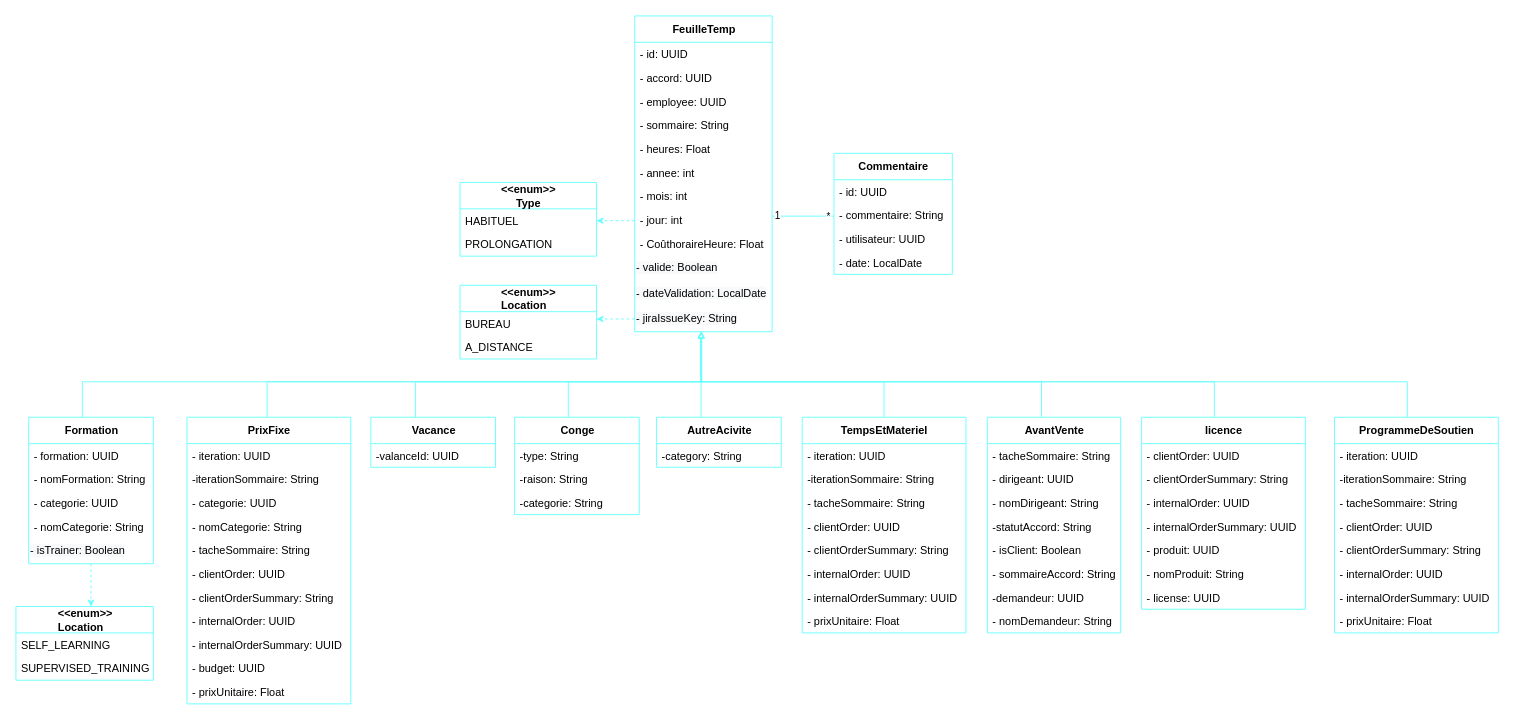
Earlier version of the draw.io diagram Timesheet/Timesheet_Fr_DiagrammeClasse.drawio (ZidiMedAmine/UML). Source tidied: cells renumbered, new cells numbered last; positions are measured from the earlier drawing's top-left corner, leaving out a move shared by most shapes. Both pictures are drawn from the tidied source at 91%, with x=0, y=0 at pixel (15, 15).
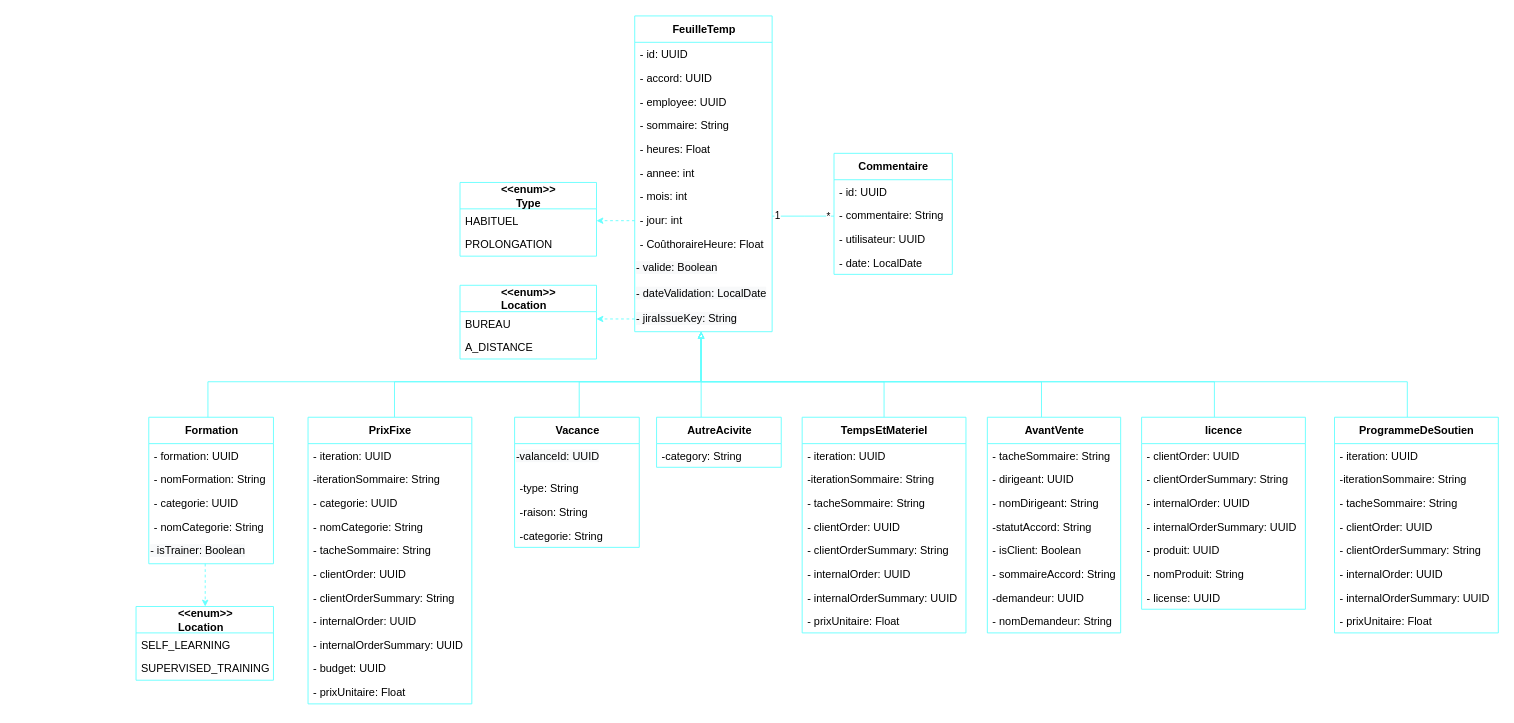
The same page after the edit.

Commit message:
Mettre à jour Timesheet_Fr_DiagrammeClasse.drawio

The change refers to these unchanged cells:
```xml
<mxCell id="3" value="&lt;b&gt;FeuilleTemp&lt;/b&gt;" style="swimlane;fontStyle=0;align=center;verticalAlign=middle;horizontal=1;startSize=29;html=1;fontSize=12;labelPosition=center;verticalLabelPosition=middle;swimlaneLine=1;rounded=0;shadow=0;glass=0;sketch=0;perimeterSpacing=0;strokeColor=#66FFFF;" parent="1" vertex="1">
  <mxGeometry x="680" width="151" height="347" as="geometry" />
</mxCell>
```

The edit, as a diff of the source:
```diff
@@
     <mxCell id="30" value="&lt;b&gt;Formation&lt;/b&gt;" style="swimlane;fontStyle=0;align=center;verticalAlign=middle;horizontal=1;startSize=29;html=1;fontSize=12;labelPosition=center;verticalLabelPosition=middle;swimlaneLine=1;rounded=0;shadow=0;glass=0;sketch=0;perimeterSpacing=0;strokeColor=#66FFFF;" parent="1" vertex="1">
-      <mxGeometry x="14" y="441" width="137" height="161" as="geometry" />
+      <mxGeometry x="146" y="441" width="137" height="161" as="geometry" />
     </mxCell>
@@
     <mxCell id="36" value="&lt;b&gt;&amp;lt;&amp;lt;enum&amp;gt;&amp;gt;&lt;/b&gt;&lt;br&gt;&lt;div style=&quot;text-align: left&quot;&gt;&lt;b&gt;Location&lt;/b&gt;&lt;br&gt;&lt;/div&gt;" style="swimlane;fontStyle=0;align=center;verticalAlign=middle;horizontal=1;startSize=29;html=1;fontSize=12;labelPosition=center;verticalLabelPosition=middle;swimlaneLine=1;rounded=0;sketch=0;glass=0;strokeColor=#66FFFF;" parent="1" vertex="1">
-      <mxGeometry y="649" width="151" height="81" as="geometry" />
+      <mxGeometry x="132" y="649" width="151" height="81" as="geometry" />
     </mxCell>
@@
     <mxCell id="39" style="edgeStyle=orthogonalEdgeStyle;rounded=0;jettySize=auto;html=1;startArrow=none;startFill=0;endArrow=classic;endFill=1;startSize=5;endSize=5;dashed=1;strokeColor=#66FFFF;" parent="1" edge="1" source="30" target="36">
       <mxGeometry relative="1" as="geometry">
         <Array as="points">
-          <mxPoint x="83" y="637" />
-          <mxPoint x="83" y="637" />
+          <mxPoint x="208" y="628" />
+          <mxPoint x="208" y="628" />
         </Array>
       </mxGeometry>
     </mxCell>
-    <mxCell id="40" style="edgeStyle=orthogonalEdgeStyle;rounded=0;orthogonalLoop=1;jettySize=auto;html=1;startArrow=none;startFill=0;endArrow=block;endFill=0;startSize=5;endSize=5;strokeColor=#66FFFF;" parent="1" edge="1">
+    <mxCell id="40" style="edgeStyle=orthogonalEdgeStyle;rounded=0;jettySize=auto;html=1;startArrow=none;startFill=0;endArrow=block;endFill=0;startSize=5;endSize=5;strokeColor=#66FFFF;" parent="1" edge="1" source="41" target="3">
       <mxGeometry relative="1" as="geometry">
-        <mxPoint x="276" y="441" as="sourcePoint" />
-        <mxPoint x="753" y="347" as="targetPoint" />
         <Array as="points">
-          <mxPoint x="276" y="402" />
+          <mxPoint x="416" y="402" />
           <mxPoint x="753" y="402" />
         </Array>
       </mxGeometry>
     </mxCell>
     <mxCell id="41" value="&lt;b&gt;PrixFixe&lt;/b&gt;" style="swimlane;fontStyle=0;align=center;verticalAlign=middle;horizontal=1;startSize=29;html=1;fontSize=12;labelPosition=center;verticalLabelPosition=middle;swimlaneLine=1;rounded=0;shadow=0;glass=0;sketch=0;perimeterSpacing=0;strokeColor=#66FFFF;" parent="1" vertex="1">
-      <mxGeometry x="188" y="441" width="180" height="315" as="geometry" />
+      <mxGeometry x="321" y="441" width="180" height="315" as="geometry" />
     </mxCell>
@@
-    <mxCell id="53" style="edgeStyle=orthogonalEdgeStyle;rounded=0;orthogonalLoop=1;jettySize=auto;html=1;startArrow=none;startFill=0;endArrow=block;endFill=0;startSize=5;endSize=5;strokeColor=#66FFFF;" parent="1" edge="1">
+    <mxCell id="53" style="edgeStyle=orthogonalEdgeStyle;rounded=0;jettySize=auto;html=1;startArrow=none;startFill=0;endArrow=block;endFill=0;startSize=5;endSize=5;strokeColor=#66FFFF;" parent="1" edge="1" source="56" target="3">
       <mxGeometry relative="1" as="geometry">
-        <mxPoint x="607" y="441" as="sourcePoint" />
-        <mxPoint x="753.5" y="347" as="targetPoint" />
         <Array as="points">
-          <mxPoint x="607.5" y="402" />
-          <mxPoint x="753.5" y="402" />
+          <mxPoint x="619" y="402" />
+          <mxPoint x="753" y="402" />
         </Array>
       </mxGeometry>
     </mxCell>
-    <mxCell id="54" value="&lt;div style=&quot;text-align: left;&quot;&gt;&lt;span style=&quot;background-color: initial;&quot;&gt;&lt;b&gt;Vacance&lt;/b&gt;&lt;/span&gt;&lt;/div&gt;" style="swimlane;fontStyle=0;align=center;verticalAlign=middle;horizontal=1;startSize=29;html=1;fontSize=12;labelPosition=center;verticalLabelPosition=middle;swimlaneLine=1;rounded=0;shadow=0;glass=0;sketch=0;perimeterSpacing=0;strokeColor=#66FFFF;" parent="1" vertex="1">
-      <mxGeometry x="390" y="441" width="137" height="55" as="geometry" />
-    </mxCell>
+    <mxCell id="56" value="&lt;div style=&quot;&quot;&gt;&lt;b style=&quot;text-align: left;&quot;&gt;Vacance&lt;/b&gt;&lt;br&gt;&lt;/div&gt;" style="swimlane;fontStyle=0;align=center;verticalAlign=middle;horizontal=1;startSize=29;html=1;fontSize=12;labelPosition=center;verticalLabelPosition=middle;swimlaneLine=1;rounded=0;shadow=0;glass=0;sketch=0;perimeterSpacing=0;strokeColor=#66FFFF;" parent="1" vertex="1">
+      <mxGeometry x="548" y="441" width="137" height="143" as="geometry" />
+    </mxCell>
-    <mxCell id="55" value="-valanceId: UUID" style="text;strokeColor=none;fillColor=none;align=left;verticalAlign=top;spacingLeft=4;spacingRight=4;overflow=hidden;fontStyle=0;" parent="54" vertex="1">
-      <mxGeometry y="29" width="137" height="26" as="geometry" />
+    <mxCell id="55" value="&lt;span style=&quot;color: rgb(0, 0, 0); font-family: Helvetica; font-size: 12px; font-style: normal; font-variant-ligatures: normal; font-variant-caps: normal; font-weight: 400; letter-spacing: normal; orphans: 2; text-align: left; text-indent: 0px; text-transform: none; widows: 2; word-spacing: 0px; -webkit-text-stroke-width: 0px; background-color: rgb(248, 249, 250); text-decoration-thickness: initial; text-decoration-style: initial; text-decoration-color: initial; float: none; display: inline !important;&quot;&gt;-valanceId: UUID&lt;/span&gt;" style="text;whiteSpace=wrap;html=1;" parent="56" vertex="1">
+      <mxGeometry y="29" width="137" height="36" as="geometry" />
     </mxCell>
-    <mxCell id="56" value="&lt;div style=&quot;&quot;&gt;&lt;b&gt;Conge&lt;/b&gt;&lt;br&gt;&lt;/div&gt;" style="swimlane;fontStyle=0;align=center;verticalAlign=middle;horizontal=1;startSize=29;html=1;fontSize=12;labelPosition=center;verticalLabelPosition=middle;swimlaneLine=1;rounded=0;shadow=0;glass=0;sketch=0;perimeterSpacing=0;strokeColor=#66FFFF;" parent="1" vertex="1">
-      <mxGeometry x="548" y="441" width="137" height="107" as="geometry" />
-    </mxCell>
     <mxCell id="57" value="-type: String" style="text;strokeColor=none;fillColor=none;align=left;verticalAlign=top;spacingLeft=4;spacingRight=4;overflow=hidden;fontStyle=0;" parent="56" vertex="1">
-      <mxGeometry y="29" width="137" height="26" as="geometry" />
+      <mxGeometry y="65" width="137" height="26" as="geometry" />
     </mxCell>
     <mxCell id="58" value="-raison: String" style="text;strokeColor=none;fillColor=none;align=left;verticalAlign=top;spacingLeft=4;spacingRight=4;overflow=hidden;fontStyle=0;" parent="56" vertex="1">
-      <mxGeometry y="55" width="137" height="26" as="geometry" />
+      <mxGeometry y="91" width="137" height="26" as="geometry" />
     </mxCell>
     <mxCell id="59" value="-categorie: String" style="text;strokeColor=none;fillColor=none;align=left;verticalAlign=top;spacingLeft=4;spacingRight=4;overflow=hidden;fontStyle=0;" parent="56" vertex="1">
-      <mxGeometry y="81" width="137" height="26" as="geometry" />
+      <mxGeometry y="117" width="137" height="26" as="geometry" />
     </mxCell>
@@
-    <mxCell id="103" style="edgeStyle=orthogonalEdgeStyle;rounded=0;orthogonalLoop=1;jettySize=auto;html=1;startArrow=none;startFill=0;endArrow=block;endFill=0;startSize=5;endSize=5;strokeColor=#66FFFF;" parent="1" edge="1">
-      <mxGeometry relative="1" as="geometry">
-        <mxPoint x="439" y="441" as="sourcePoint" />
-        <mxPoint x="753" y="347" as="targetPoint" />
-        <Array as="points">
-          <mxPoint x="439" y="402" />
-          <mxPoint x="753" y="402" />
-        </Array>
-      </mxGeometry>
-    </mxCell>
     <mxCell id="104" style="edgeStyle=orthogonalEdgeStyle;rounded=0;orthogonalLoop=1;jettySize=auto;html=1;startArrow=none;startFill=0;endArrow=block;endFill=0;startSize=5;endSize=5;strokeColor=#66FFFF;" parent="1" edge="1">
       <mxGeometry relative="1" as="geometry">
-        <mxPoint x="73" y="441" as="sourcePoint" />
-        <mxPoint x="753.5" y="347" as="targetPoint" />
+        <mxPoint x="211" y="441" as="sourcePoint" />
+        <mxPoint x="753" y="347" as="targetPoint" />
         <Array as="points">
-          <mxPoint x="73.5" y="402" />
-          <mxPoint x="753.5" y="402" />
+          <mxPoint x="211" y="402" />
+          <mxPoint x="753" y="402" />
         </Array>
       </mxGeometry>
     </mxCell>
```
